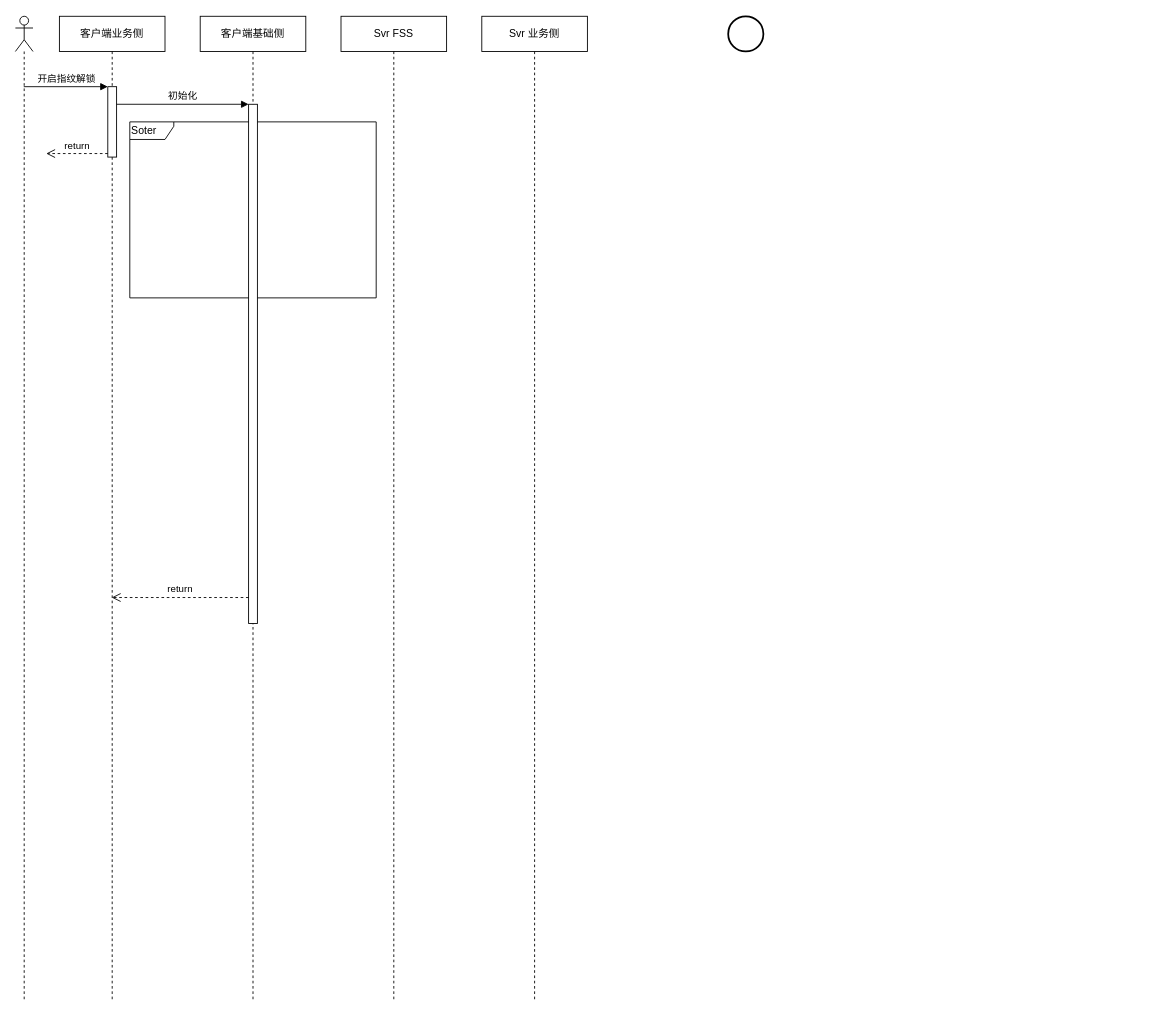
Before: 生物验证.drawio in Cmdone/Draw.io, a draw.io diagram. Source tidied: cells renumbered, new cells numbered last; positions are measured from the earlier drawing's top-left corner, leaving out a move shared by most shapes. Both pictures are drawn from the tidied source at 88%, with x=0, y=0 at pixel (15, 16).
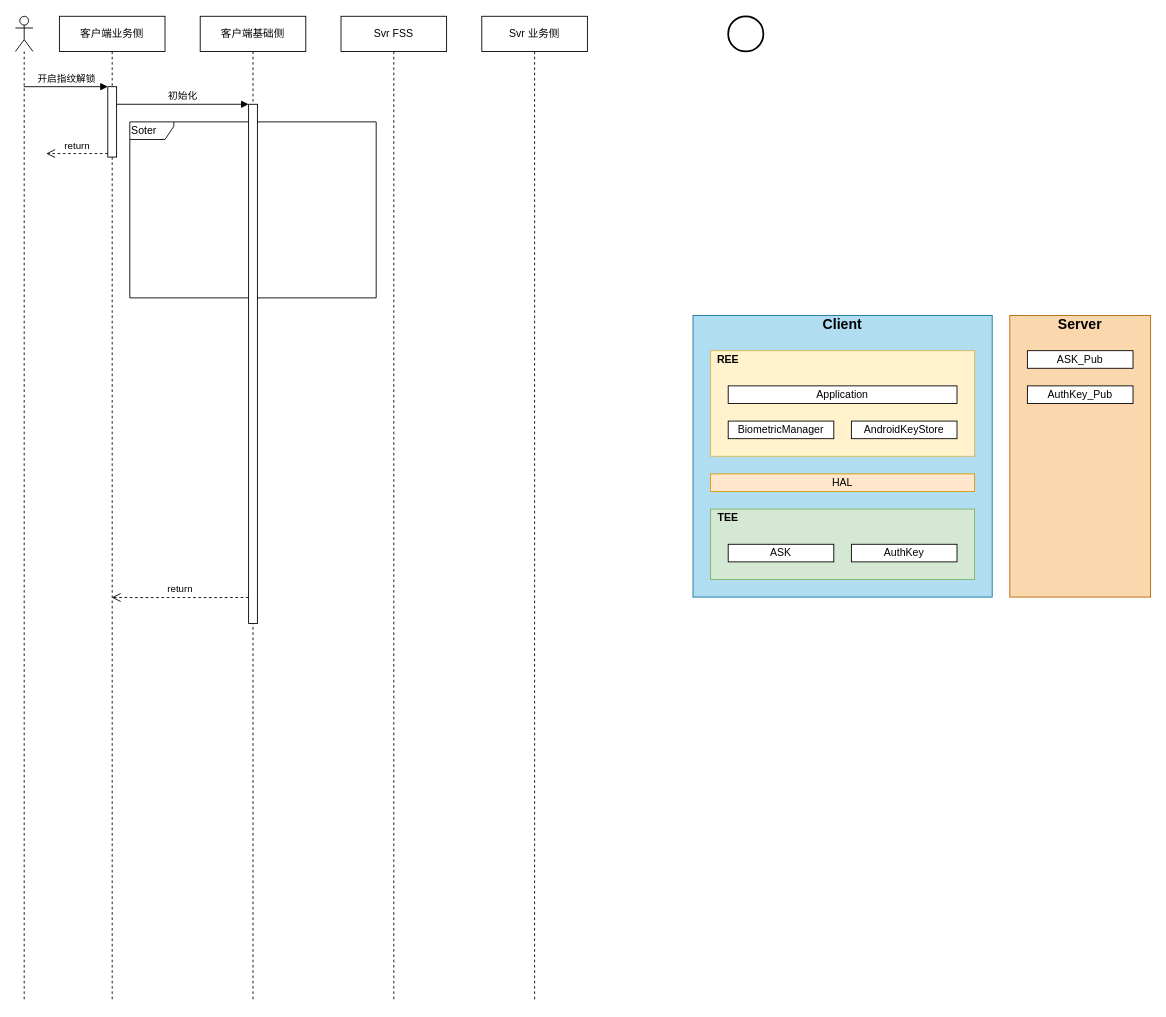
The same diagram, later.

The edit, as a diff of the source:
```diff
@@
+    <mxCell id="15" style="rounded=0;whiteSpace=wrap;html=1;align=center;fillColor=#b1ddf0;strokeColor=#10739e;" parent="1" vertex="1">
+      <mxGeometry x="770" y="340" width="340" height="320" as="geometry" />
+    </mxCell>
+    <mxCell id="16" style="rounded=0;whiteSpace=wrap;html=1;align=center;fillColor=#d5e8d4;strokeColor=#82b366;" parent="1" vertex="1">
+      <mxGeometry x="790" y="560" width="300" height="80" as="geometry" />
+    </mxCell>
+    <mxCell id="17" style="rounded=0;whiteSpace=wrap;html=1;align=center;labelBackgroundColor=none;fillColor=#fff2cc;strokeColor=#d6b656;" parent="1" vertex="1">
+      <mxGeometry x="790" y="380" width="300" height="120" as="geometry" />
+    </mxCell>
@@
+    <mxCell id="18" value="Application" style="rounded=0;whiteSpace=wrap;html=1;align=center;" parent="1" vertex="1">
+      <mxGeometry x="810" y="420" width="260" height="20" as="geometry" />
+    </mxCell>
+    <mxCell id="19" value="AndroidKeyStore" style="rounded=0;whiteSpace=wrap;html=1;align=center;" parent="1" vertex="1">
+      <mxGeometry x="950" y="460" width="120" height="20" as="geometry" />
+    </mxCell>
+    <mxCell id="20" value="BiometricManager" style="rounded=0;whiteSpace=wrap;html=1;align=center;" parent="1" vertex="1">
+      <mxGeometry x="810" y="460" width="120" height="20" as="geometry" />
+    </mxCell>
+    <mxCell id="21" value="ASK" style="rounded=0;whiteSpace=wrap;html=1;align=center;" parent="1" vertex="1">
+      <mxGeometry x="810" y="600" width="120" height="20" as="geometry" />
+    </mxCell>
+    <mxCell id="22" value="AuthKey" style="rounded=0;whiteSpace=wrap;html=1;align=center;" parent="1" vertex="1">
+      <mxGeometry x="950" y="600" width="120" height="20" as="geometry" />
+    </mxCell>
+    <mxCell id="23" value="REE" style="text;html=1;strokeColor=none;fillColor=none;align=center;verticalAlign=middle;whiteSpace=wrap;rounded=0;fontStyle=1;" parent="1" vertex="1">
+      <mxGeometry x="790" y="380" width="40" height="20" as="geometry" />
+    </mxCell>
+    <mxCell id="24" value="HAL" style="rounded=0;whiteSpace=wrap;html=1;align=center;fillColor=#ffe6cc;strokeColor=#d79b00;" parent="1" vertex="1">
+      <mxGeometry x="790" y="520" width="300" height="20" as="geometry" />
+    </mxCell>
+    <mxCell id="25" value="TEE" style="text;html=1;strokeColor=none;fillColor=none;align=center;verticalAlign=middle;whiteSpace=wrap;rounded=0;fontStyle=1;" parent="1" vertex="1">
+      <mxGeometry x="790" y="560" width="40" height="20" as="geometry" />
+    </mxCell>
+    <mxCell id="26" value="&lt;font style=&quot;font-size: 16px&quot;&gt;Client&lt;/font&gt;" style="text;html=1;strokeColor=none;fillColor=none;align=center;verticalAlign=middle;whiteSpace=wrap;rounded=0;fontStyle=1;" parent="1" vertex="1">
+      <mxGeometry x="770" y="340" width="340" height="20" as="geometry" />
+    </mxCell>
+    <mxCell id="27" style="rounded=0;whiteSpace=wrap;html=1;align=center;fillColor=#fad7ac;strokeColor=#b46504;" parent="1" vertex="1">
+      <mxGeometry x="1130" y="340" width="160" height="320" as="geometry" />
+    </mxCell>
+    <mxCell id="28" value="&lt;font style=&quot;font-size: 16px&quot;&gt;Server&lt;/font&gt;" style="text;html=1;strokeColor=none;fillColor=none;align=center;verticalAlign=middle;whiteSpace=wrap;rounded=0;fontStyle=1;" parent="1" vertex="1">
+      <mxGeometry x="1130" y="340" width="160" height="20" as="geometry" />
+    </mxCell>
+    <mxCell id="29" value="ASK_Pub" style="rounded=0;whiteSpace=wrap;html=1;align=center;" parent="1" vertex="1">
+      <mxGeometry x="1150" y="380" width="120" height="20" as="geometry" />
+    </mxCell>
+    <mxCell id="30" value="AuthKey_Pub" style="rounded=0;whiteSpace=wrap;html=1;align=center;" parent="1" vertex="1">
+      <mxGeometry x="1150" y="420" width="120" height="20" as="geometry" />
+    </mxCell>
```
